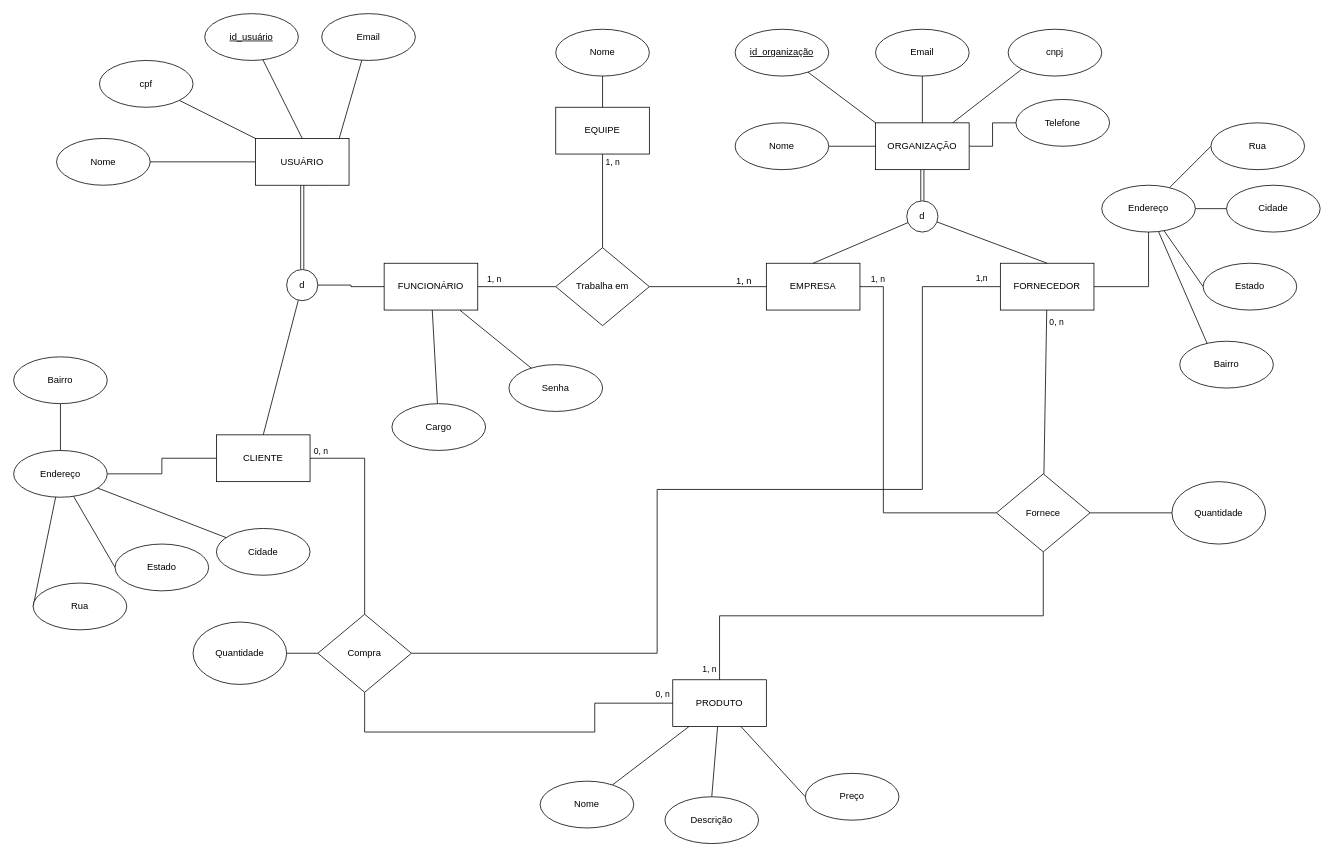
Before: erd.drawio in NicolasCBV/pc-eixo2, a draw.io diagram. Source tidied: cells renumbered, new cells numbered last; positions are measured from the earlier drawing's top-left corner, leaving out a move shared by most shapes. Both pictures are drawn from the tidied source at 78%, with x=0, y=0 at pixel (13, 13).
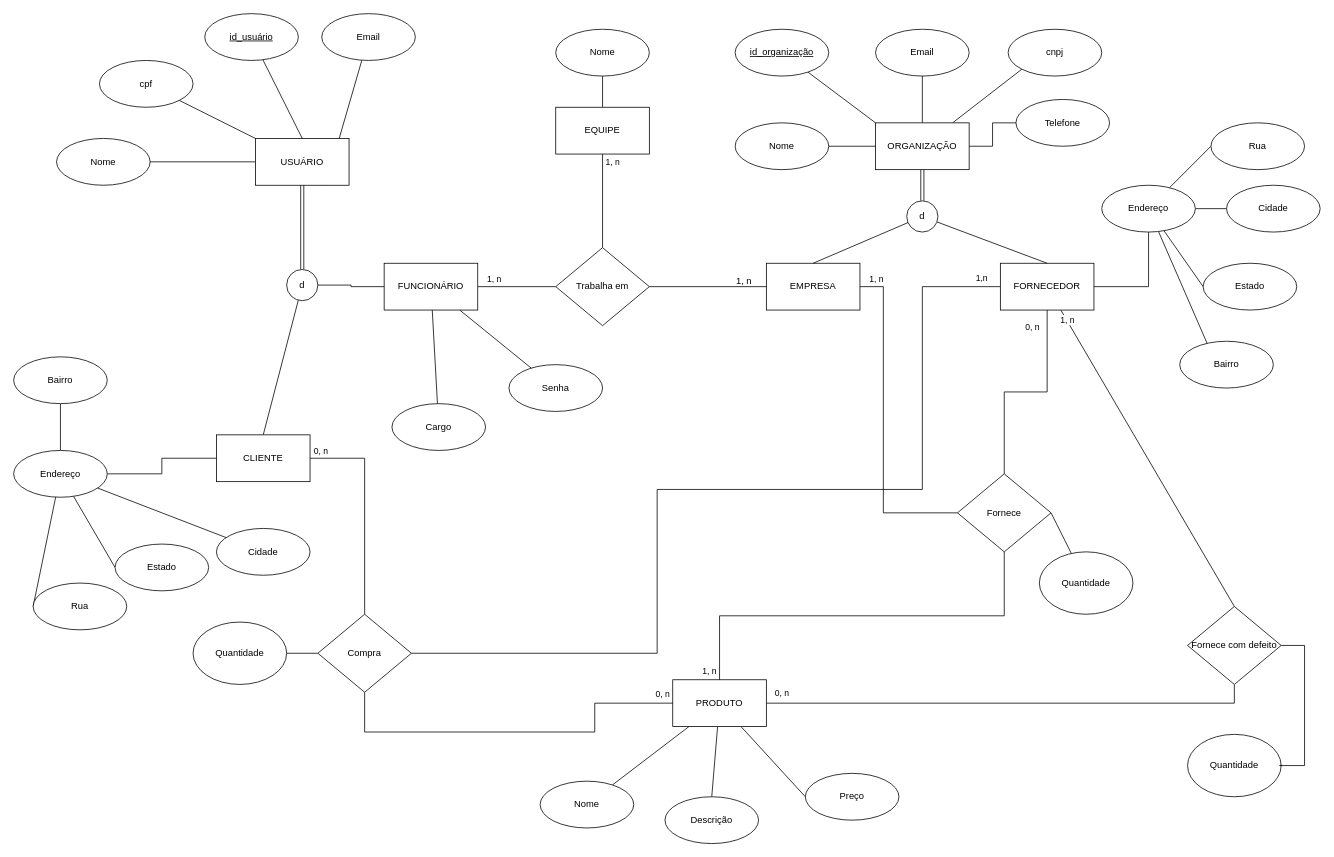
Above is the later version.

Commit message:
docs: add defective product relation

Unchanged cells that the change refers to:
```xml
<mxCell id="42" value="FORNECEDOR" style="rounded=0;whiteSpace=wrap;html=1;" parent="1" vertex="1">
  <mxGeometry x="1265" y="320" width="120" height="60" as="geometry" />
</mxCell>
<mxCell id="58" value="PRODUTO" style="rounded=0;whiteSpace=wrap;html=1;" parent="1" vertex="1">
  <mxGeometry x="845" y="854" width="120" height="60" as="geometry" />
</mxCell>
```

Diff of the diagram source:
```diff
@@
-    <mxCell id="37" style="rounded=0;jettySize=auto;html=1;endArrow=none;endFill=0;" parent="1" edge="1" source="42" target="61">
+    <mxCell id="37" style="rounded=0;jettySize=auto;html=1;endArrow=none;endFill=0;edgeStyle=orthogonalEdgeStyle;" parent="1" edge="1" source="42" target="61">
       <mxGeometry relative="1" as="geometry" />
     </mxCell>
     <mxCell id="38" value="0, n" style="edgeLabel;html=1;align=center;verticalAlign=middle;" parent="37" vertex="1">
       <mxGeometry x="-0.69" y="2" relative="1" as="geometry">
-        <mxPoint x="11" y="-18" as="offset" />
+        <mxPoint x="-22" y="-20" as="offset" />
       </mxGeometry>
     </mxCell>
@@
+    <mxCell id="93" style="rounded=0;jettySize=auto;html=1;entryX=0.5;entryY=0;entryDx=0;entryDy=0;endArrow=none;endFill=0;" parent="1" edge="1" source="42" target="97">
+      <mxGeometry relative="1" as="geometry" />
+    </mxCell>
+    <mxCell id="94" value="1, n" style="edgeLabel;html=1;align=center;verticalAlign=middle;" parent="93" vertex="1">
+      <mxGeometry x="-0.93" relative="1" as="geometry" />
+    </mxCell>
@@
+    <mxCell id="95" style="edgeStyle=orthogonalEdgeStyle;rounded=0;jettySize=auto;html=1;entryX=0.5;entryY=1;entryDx=0;entryDy=0;endArrow=none;endFill=0;" parent="1" edge="1" source="58" target="97">
+      <mxGeometry relative="1" as="geometry" />
+    </mxCell>
+    <mxCell id="96" value="0, n" style="edgeLabel;html=1;align=center;verticalAlign=middle;" parent="95" vertex="1">
+      <mxGeometry x="-0.91" y="2" relative="1" as="geometry">
+        <mxPoint x="-9" y="-12" as="offset" />
+      </mxGeometry>
+    </mxCell>
@@
     <mxCell id="61" value="Fornece" style="rhombus;whiteSpace=wrap;html=1;" parent="1" vertex="1">
-      <mxGeometry x="1260" y="590" width="120" height="100" as="geometry" />
+      <mxGeometry x="1210" y="590" width="120" height="100" as="geometry" />
     </mxCell>
@@
     <mxCell id="88" value="Quantidade" style="ellipse;whiteSpace=wrap;html=1;" parent="1" vertex="1">
-      <mxGeometry x="1485" y="600" width="120" height="80" as="geometry" />
+      <mxGeometry x="1315" y="690" width="120" height="80" as="geometry" />
     </mxCell>
@@
+    <mxCell id="97" value="Fornece com defeito" style="rhombus;whiteSpace=wrap;html=1;" parent="1" vertex="1">
+      <mxGeometry x="1505" y="760" width="120" height="100" as="geometry" />
+    </mxCell>
+    <mxCell id="98" value="Quantidade" style="ellipse;whiteSpace=wrap;html=1;" parent="1" vertex="1">
+      <mxGeometry x="1505" y="924" width="120" height="80" as="geometry" />
+    </mxCell>
+    <mxCell id="99" style="edgeStyle=orthogonalEdgeStyle;rounded=0;jettySize=auto;html=1;endArrow=none;endFill=0;entryX=1.009;entryY=0.495;entryDx=0;entryDy=0;entryPerimeter=0;" parent="1" edge="1" source="97" target="98">
+      <mxGeometry relative="1" as="geometry">
+        <Array as="points">
+          <mxPoint x="1655" y="810" />
+          <mxPoint x="1655" y="964" />
+          <mxPoint x="1623" y="964" />
+        </Array>
+      </mxGeometry>
+    </mxCell>
```
